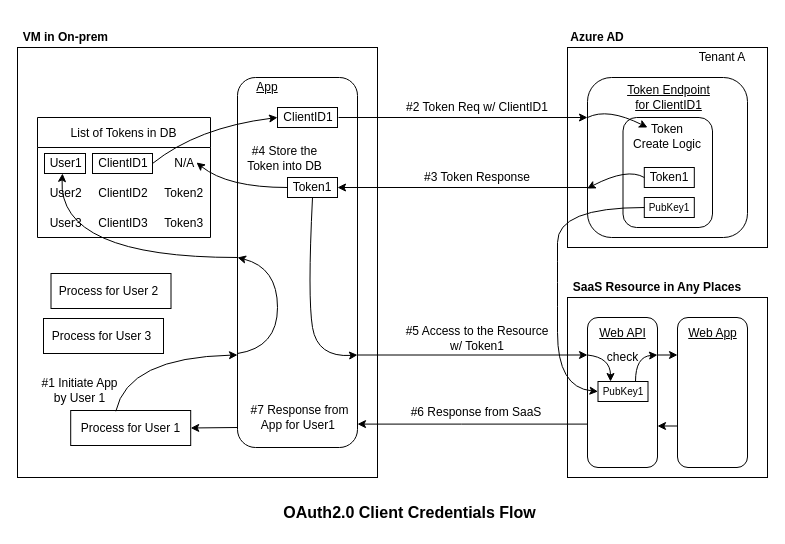
Above: OAuth2.0_Authorization/OAuth2.0_ClientCredentialsFlow.drawio in developer-onizuka/Diagrams (draw.io), before the change. Source tidied: cells renumbered, new cells numbered last; positions are measured from the earlier drawing's top-left corner, leaving out a move shared by most shapes. Both pictures are drawn from the tidied source at 100%, with x=0, y=0 at pixel (17, 27).
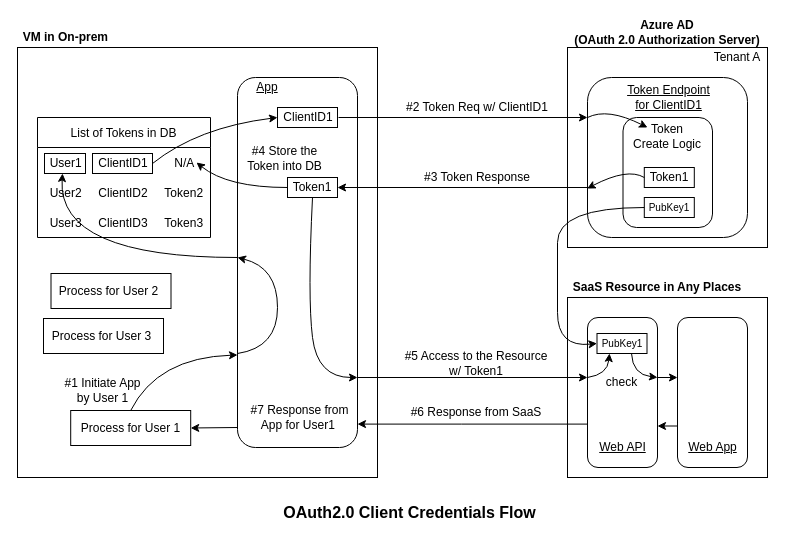
Above is the later version.

Unchanged cells that the change refers to:
```xml
<mxCell id="3" style="rounded=1;whiteSpace=wrap;html=1;" parent="1" vertex="1">
  <mxGeometry x="220" y="50" width="120" height="370" as="geometry" />
</mxCell>
<mxCell id="24" value="Token1" style="text;html=1;strokeColor=none;fillColor=none;align=center;verticalAlign=middle;whiteSpace=wrap;rounded=0;" parent="1" vertex="1">
  <mxGeometry x="270" y="150" width="50" height="20" as="geometry" />
</mxCell>
<mxCell id="34" style="rounded=1;whiteSpace=wrap;html=1;" parent="1" vertex="1">
  <mxGeometry x="570" y="290" width="70" height="150" as="geometry" />
</mxCell>
<mxCell id="37" style="rounded=1;whiteSpace=wrap;html=1;" parent="1" vertex="1">
  <mxGeometry x="660" y="290" width="70" height="150" as="geometry" />
</mxCell>
<mxCell id="48" style="rounded=0;whiteSpace=wrap;html=1;" parent="1" vertex="1">
  <mxGeometry x="53.2" y="383" width="120" height="35" as="geometry" />
</mxCell>
<mxCell id="62" value="&lt;font style=&quot;font-size: 10px;&quot;&gt;PubKey1&lt;/font&gt;" style="text;html=1;strokeColor=none;fillColor=none;align=center;verticalAlign=middle;whiteSpace=wrap;rounded=0;" parent="1" vertex="1">
  <mxGeometry x="626.8" y="170" width="50" height="20" as="geometry" />
</mxCell>
```

Change to the diagram source:
```diff
@@
-    <mxCell id="12" value="Azure AD" style="text;html=1;strokeColor=none;fillColor=none;align=center;verticalAlign=middle;whiteSpace=wrap;rounded=0;fontStyle=1;" parent="1" vertex="1">
-      <mxGeometry x="550" width="60" height="20" as="geometry" />
+    <mxCell id="12" value="Azure AD &lt;br&gt;(OAuth 2.0 Authorization Server)" style="text;html=1;strokeColor=none;fillColor=none;align=center;verticalAlign=middle;whiteSpace=wrap;rounded=0;fontStyle=1;" parent="1" vertex="1">
+      <mxGeometry x="550" y="-10" width="200" height="30" as="geometry" />
     </mxCell>
@@
     <mxCell id="22" value="#5 Access to the Resource&lt;br&gt;w/ Token1" style="text;html=1;strokeColor=none;fillColor=none;align=center;verticalAlign=middle;whiteSpace=wrap;rounded=0;" parent="1" vertex="1">
-      <mxGeometry x="380" y="296" width="160" height="30" as="geometry" />
+      <mxGeometry x="379" y="321" width="160" height="30" as="geometry" />
     </mxCell>
@@
     <mxCell id="25" value="Tenant A" style="text;html=1;strokeColor=none;fillColor=none;align=center;verticalAlign=middle;whiteSpace=wrap;rounded=0;" parent="1" vertex="1">
-      <mxGeometry x="660" y="20" width="90" height="20" as="geometry" />
+      <mxGeometry x="690" y="20" width="60" height="20" as="geometry" />
     </mxCell>
@@
-    <mxCell id="32" style="curved=1;endArrow=classic;html=1;rounded=0;exitX=0.5;exitY=1;exitDx=0;exitDy=0;entryX=1;entryY=0.75;entryDx=0;entryDy=0;" parent="1" edge="1" source="24" target="3">
+    <mxCell id="32" style="curved=1;endArrow=classic;html=1;rounded=0;exitX=0.5;exitY=1;exitDx=0;exitDy=0;" parent="1" edge="1" source="24">
       <mxGeometry relative="1" as="geometry">
+        <mxPoint x="340" y="350" as="targetPoint" />
         <Array as="points">
           <mxPoint x="290" y="270" />
-          <mxPoint x="300" y="330" />
+          <mxPoint x="300" y="350" />
         </Array>
       </mxGeometry>
     </mxCell>
-    <mxCell id="33" style="edgeStyle=orthogonalEdgeStyle;rounded=0;jettySize=auto;html=1;exitX=1;exitY=0.25;exitDx=0;exitDy=0;entryX=0;entryY=0.25;entryDx=0;entryDy=0;endArrow=classic;endFill=1;" parent="1" edge="1" source="34" target="37">
-      <mxGeometry relative="1" as="geometry" />
-    </mxCell>
@@
     <mxCell id="35" value="Web API" style="text;html=1;strokeColor=none;fillColor=none;align=center;verticalAlign=middle;whiteSpace=wrap;rounded=0;fontStyle=4;" parent="1" vertex="1">
-      <mxGeometry x="570" y="296" width="71" height="20" as="geometry" />
+      <mxGeometry x="570" y="410" width="71" height="20" as="geometry" />
     </mxCell>
@@
     <mxCell id="38" value="Web App" style="text;html=1;strokeColor=none;fillColor=none;align=center;verticalAlign=middle;whiteSpace=wrap;rounded=0;fontStyle=4;" parent="1" vertex="1">
-      <mxGeometry x="660" y="296" width="71" height="20" as="geometry" />
+      <mxGeometry x="660" y="410" width="71" height="20" as="geometry" />
     </mxCell>
-    <mxCell id="39" style="edgeStyle=orthogonalEdgeStyle;rounded=0;jettySize=auto;html=1;exitX=1;exitY=0.75;exitDx=0;exitDy=0;entryX=0;entryY=0.25;entryDx=0;entryDy=0;endArrow=classic;endFill=1;" parent="1" edge="1" source="3" target="34">
-      <mxGeometry relative="1" as="geometry" />
+    <mxCell id="39" style="edgeStyle=orthogonalEdgeStyle;rounded=0;orthogonalLoop=1;jettySize=auto;html=1;endArrow=classic;endFill=1;" parent="1" edge="1">
+      <mxGeometry relative="1" as="geometry">
+        <mxPoint x="340" y="350" as="sourcePoint" />
+        <mxPoint x="570" y="350" as="targetPoint" />
+      </mxGeometry>
     </mxCell>
@@
-    <mxCell id="54" style="curved=1;endArrow=classic;html=1;rounded=0;exitX=0.376;exitY=0.022;exitDx=0;exitDy=0;entryX=0;entryY=0.75;entryDx=0;entryDy=0;exitPerimeter=0;" parent="1" edge="1" source="48" target="3">
+    <mxCell id="54" style="curved=1;endArrow=classic;html=1;rounded=0;exitX=0.5;exitY=0;exitDx=0;exitDy=0;entryX=0;entryY=0.75;entryDx=0;entryDy=0;" parent="1" edge="1" source="48" target="3">
       <mxGeometry relative="1" as="geometry">
         <Array as="points">
-          <mxPoint x="110" y="330" />
+          <mxPoint x="140" y="330" />
         </Array>
       </mxGeometry>
     </mxCell>
     <mxCell id="55" value="#1 Initiate App &lt;br&gt;by User 1" style="text;html=1;strokeColor=none;fillColor=none;align=center;verticalAlign=middle;whiteSpace=wrap;rounded=0;" parent="1" vertex="1">
-      <mxGeometry x="10" y="343" width="105" height="40" as="geometry" />
+      <mxGeometry x="32.5" y="343" width="105" height="40" as="geometry" />
     </mxCell>
@@
     <mxCell id="63" style="rounded=0;whiteSpace=wrap;html=1;" parent="1" vertex="1">
-      <mxGeometry x="580.5" y="354" width="50" height="20" as="geometry" />
+      <mxGeometry x="579.5" y="306" width="50" height="20" as="geometry" />
     </mxCell>
     <mxCell id="64" value="&lt;font style=&quot;font-size: 10px;&quot;&gt;PubKey1&lt;/font&gt;" style="text;html=1;strokeColor=none;fillColor=none;align=center;verticalAlign=middle;whiteSpace=wrap;rounded=0;" parent="1" vertex="1">
-      <mxGeometry x="580.5" y="354" width="50" height="20" as="geometry" />
+      <mxGeometry x="579.5" y="306" width="50" height="20" as="geometry" />
     </mxCell>
     <mxCell id="65" style="curved=1;endArrow=classic;html=1;rounded=0;exitX=0;exitY=0.5;exitDx=0;exitDy=0;entryX=0;entryY=0.5;entryDx=0;entryDy=0;" parent="1" edge="1" source="62" target="64">
       <mxGeometry relative="1" as="geometry">
         <Array as="points">
           <mxPoint x="540" y="180" />
           <mxPoint x="540" y="250" />
-          <mxPoint x="540" y="360" />
+          <mxPoint x="540" y="320" />
         </Array>
       </mxGeometry>
     </mxCell>
-    <mxCell id="66" style="curved=1;endArrow=classic;html=1;rounded=0;entryX=0.25;entryY=0;entryDx=0;entryDy=0;exitX=0;exitY=0.25;exitDx=0;exitDy=0;" parent="1" edge="1" source="34" target="64">
+    <mxCell id="66" style="curved=1;endArrow=classic;html=1;rounded=0;entryX=0.25;entryY=1;entryDx=0;entryDy=0;" parent="1" edge="1" target="64">
       <mxGeometry relative="1" as="geometry">
+        <mxPoint x="570" y="350" as="sourcePoint" />
         <Array as="points">
-          <mxPoint x="593" y="330" />
+          <mxPoint x="590" y="347" />
         </Array>
       </mxGeometry>
     </mxCell>
-    <mxCell id="67" style="curved=1;endArrow=classic;html=1;rounded=0;exitX=0.75;exitY=0;exitDx=0;exitDy=0;entryX=1;entryY=0.25;entryDx=0;entryDy=0;" parent="1" edge="1" source="64" target="34">
+    <mxCell id="67" style="curved=1;endArrow=classic;html=1;rounded=0;" parent="1" edge="1">
       <mxGeometry relative="1" as="geometry">
+        <mxPoint x="614" y="326" as="sourcePoint" />
+        <mxPoint x="640" y="350" as="targetPoint" />
         <Array as="points">
-          <mxPoint x="618" y="329" />
+          <mxPoint x="615" y="347" />
         </Array>
       </mxGeometry>
     </mxCell>
     <mxCell id="68" value="check" style="text;html=1;strokeColor=none;fillColor=none;align=center;verticalAlign=middle;whiteSpace=wrap;rounded=0;" parent="1" vertex="1">
-      <mxGeometry x="578.8" y="318.5" width="52.5" height="23" as="geometry" />
+      <mxGeometry x="578.2" y="343" width="52.5" height="23" as="geometry" />
     </mxCell>
+    <mxCell id="69" style="endArrow=classic;html=1;rounded=0;" parent="1" edge="1">
+      <mxGeometry relative="1" as="geometry">
+        <mxPoint x="640" y="350" as="sourcePoint" />
+        <mxPoint x="660" y="350" as="targetPoint" />
+      </mxGeometry>
+    </mxCell>
```
